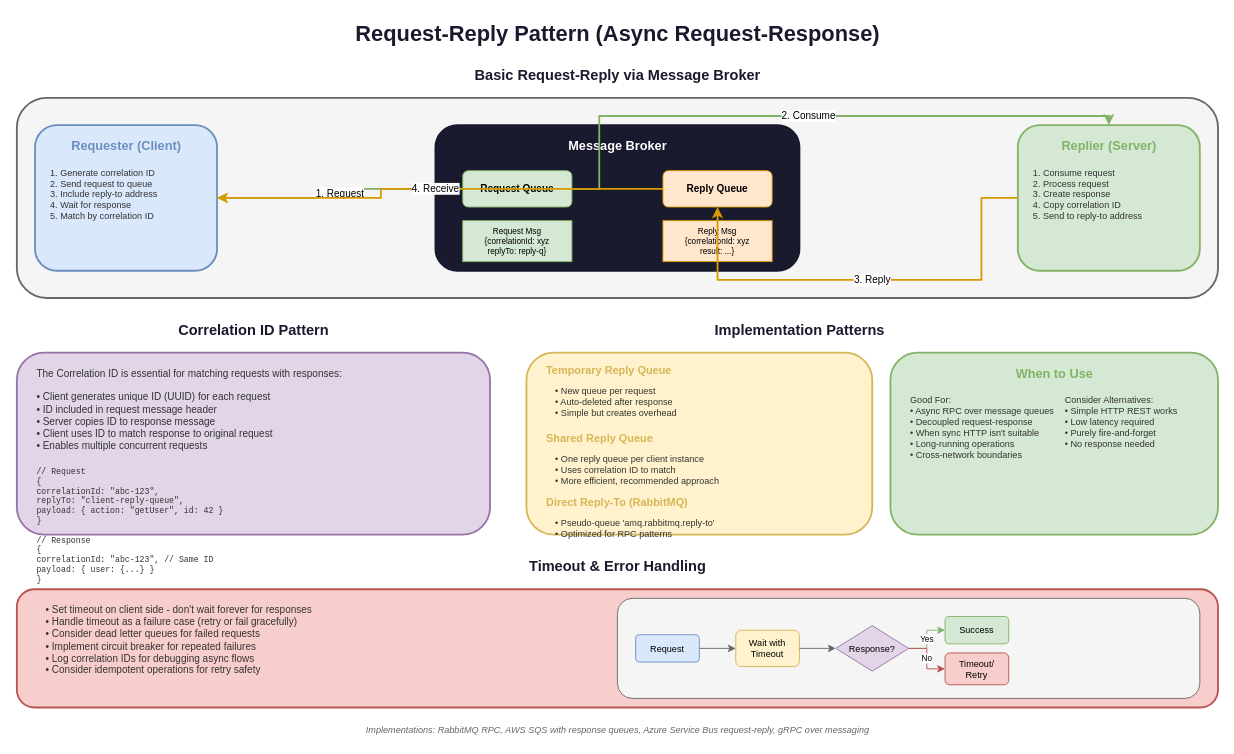
Before: lesson-02-event-driven-architecture/diagrams/5.4-request-reply-pattern.drawio in MrParkerZ7/document-lesson-software-architect-x-claude, a draw.io diagram. Source tidied: cells renumbered, new cells numbered last; positions are measured from the earlier drawing's top-left corner, leaving out a move shared by most shapes. Both pictures are drawn from the tidied source at 91%, with x=0, y=0 at pixel (16, 15).
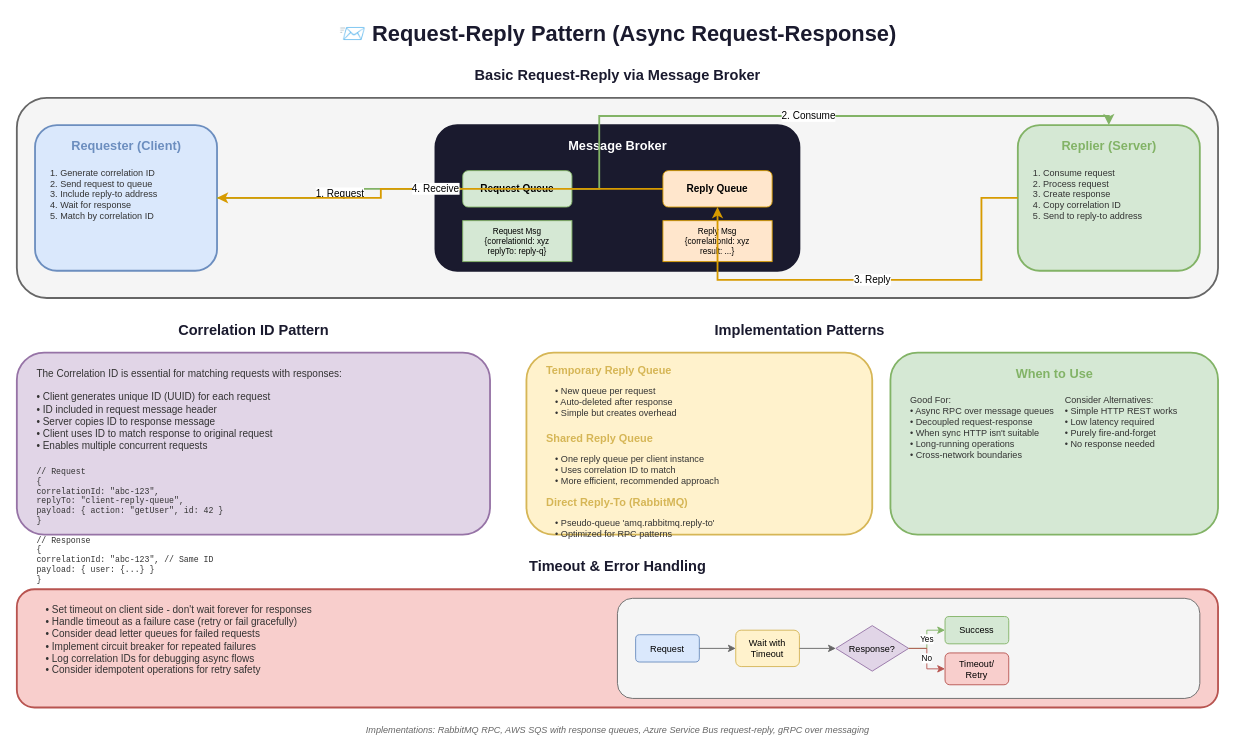
Above is the later version.

Diff of the diagram source:
```diff
@@
-    <mxCell id="2" value="Request-Reply Pattern (Async Request-Response)" style="text;html=1;strokeColor=none;fillColor=none;align=center;verticalAlign=middle;fontSize=24;fontStyle=1;fontColor=#1a1a2e;" parent="1" vertex="1">
+    <mxCell id="2" value="📨 Request-Reply Pattern (Async Request-Response)" style="text;html=1;strokeColor=none;fillColor=none;align=center;verticalAlign=middle;fontSize=24;fontStyle=1;fontColor=#1a1a2e;" parent="1" vertex="1">
       <mxGeometry x="340" width="640" height="40" as="geometry" />
     </mxCell>
```
